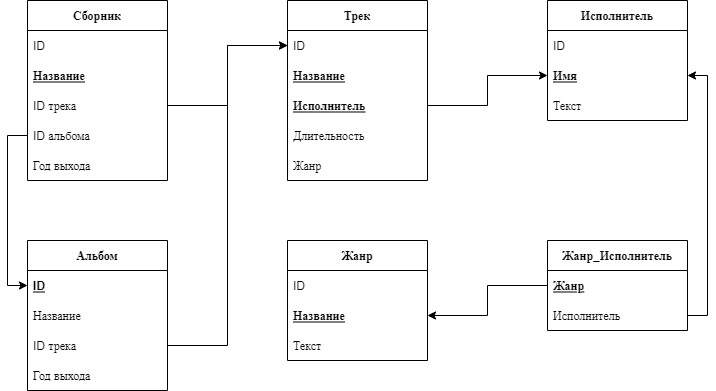
Earlier version of the draw.io export music_site.png (YrChek/Music_site). Source tidied: cells renumbered, new cells last; positions are measured from the earlier drawing's top-left corner, leaving out a move shared by most shapes.
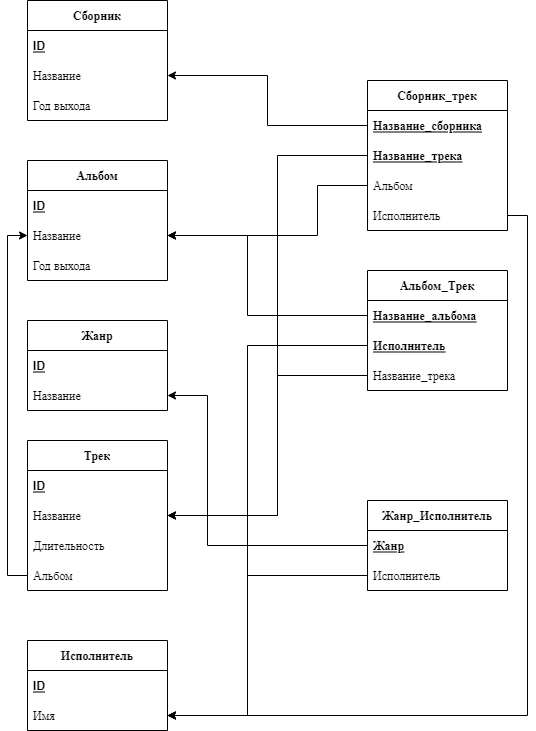
Later version of the same file.

Commit message:
Изменение схемы

The edit, as a diff of the source:
```diff
@@ -3,49 +3,40 @@
     <mxCell id="0" />
     <mxCell id="1" parent="0" />
     <mxCell id="2" value="Жанр" style="swimlane;fontStyle=1;horizontal=1;startSize=30;" parent="1" vertex="1">
-      <mxGeometry x="260" y="240" width="140" height="120" as="geometry" />
+      <mxGeometry x="90" y="320" width="140" height="90" as="geometry" />
     </mxCell>
-    <mxCell id="3" value="ID" style="text;strokeColor=none;fillColor=none;align=left;verticalAlign=middle;spacingLeft=4;spacingRight=4;overflow=hidden;fontStyle=0;" parent="2" vertex="1">
+    <mxCell id="3" value="ID" style="text;strokeColor=none;fillColor=none;align=left;verticalAlign=middle;spacingLeft=4;spacingRight=4;overflow=hidden;fontStyle=5;" parent="2" vertex="1">
       <mxGeometry y="30" width="140" height="30" as="geometry" />
     </mxCell>
-    <mxCell id="4" value="Название" style="text;strokeColor=none;fillColor=none;align=left;verticalAlign=middle;spacingLeft=4;spacingRight=4;overflow=hidden;points=[[0,0.5],[1,0.5]];portConstraint=eastwest;fontStyle=5;" parent="2" vertex="1">
+    <mxCell id="4" value="Название" style="text;strokeColor=none;fillColor=none;align=left;verticalAlign=middle;spacingLeft=4;spacingRight=4;overflow=hidden;points=[[0,0.5],[1,0.5]];portConstraint=eastwest;fontStyle=0;" parent="2" vertex="1">
       <mxGeometry y="60" width="140" height="30" as="geometry" />
     </mxCell>
-    <mxCell id="5" value="Текст" style="text;strokeColor=none;fillColor=none;align=left;verticalAlign=middle;spacingLeft=4;spacingRight=4;overflow=hidden;" parent="2" vertex="1">
-      <mxGeometry y="90" width="140" height="30" as="geometry" />
-    </mxCell>
     <mxCell id="6" value="Исполнитель" style="swimlane;fontStyle=1;horizontal=1;startSize=30;" parent="1" vertex="1">
-      <mxGeometry x="520" width="140" height="120" as="geometry" />
+      <mxGeometry x="90" y="640" width="140" height="90" as="geometry" />
     </mxCell>
-    <mxCell id="7" value="ID" style="text;strokeColor=none;fillColor=none;align=left;verticalAlign=middle;spacingLeft=4;spacingRight=4;overflow=hidden;fontStyle=0;" parent="6" vertex="1">
+    <mxCell id="7" value="ID" style="text;strokeColor=none;fillColor=none;align=left;verticalAlign=middle;spacingLeft=4;spacingRight=4;overflow=hidden;fontStyle=5;" parent="6" vertex="1">
       <mxGeometry y="30" width="140" height="30" as="geometry" />
     </mxCell>
-    <mxCell id="8" value="Имя" style="text;strokeColor=none;fillColor=none;align=left;verticalAlign=middle;spacingLeft=4;spacingRight=4;overflow=hidden;points=[[0,0.5],[1,0.5]];portConstraint=eastwest;fontStyle=5;" parent="6" vertex="1">
+    <mxCell id="8" value="Имя" style="text;strokeColor=none;fillColor=none;align=left;verticalAlign=middle;spacingLeft=4;spacingRight=4;overflow=hidden;points=[[0,0.5],[1,0.5]];portConstraint=eastwest;fontStyle=0;" parent="6" vertex="1">
       <mxGeometry y="60" width="140" height="30" as="geometry" />
     </mxCell>
-    <mxCell id="9" value="Текст" style="text;strokeColor=none;fillColor=none;align=left;verticalAlign=middle;spacingLeft=4;spacingRight=4;overflow=hidden;" parent="6" vertex="1">
-      <mxGeometry y="90" width="140" height="30" as="geometry" />
-    </mxCell>
     <mxCell id="10" value="Трек" style="swimlane;fontStyle=1;horizontal=1;startSize=30;" parent="1" vertex="1">
-      <mxGeometry x="260" width="140" height="180" as="geometry" />
+      <mxGeometry x="90" y="440" width="140" height="150" as="geometry" />
     </mxCell>
-    <mxCell id="11" value="ID" style="text;strokeColor=none;fillColor=none;align=left;verticalAlign=middle;spacingLeft=4;spacingRight=4;overflow=hidden;points=[[0,0.5],[1,0.5]];portConstraint=eastwest;fontStyle=0;" parent="10" vertex="1">
+    <mxCell id="11" value="ID" style="text;strokeColor=none;fillColor=none;align=left;verticalAlign=middle;spacingLeft=4;spacingRight=4;overflow=hidden;points=[[0,0.5],[1,0.5]];portConstraint=eastwest;fontStyle=5;" parent="10" vertex="1">
       <mxGeometry y="30" width="140" height="30" as="geometry" />
     </mxCell>
-    <mxCell id="12" value="Название" style="text;strokeColor=none;fillColor=none;align=left;verticalAlign=middle;spacingLeft=4;spacingRight=4;overflow=hidden;points=[[0,0.5],[1,0.5]];portConstraint=eastwest;fontStyle=5;" parent="10" vertex="1">
+    <mxCell id="12" value="Название" style="text;strokeColor=none;fillColor=none;align=left;verticalAlign=middle;spacingLeft=4;spacingRight=4;overflow=hidden;points=[[0,0.5],[1,0.5]];portConstraint=eastwest;fontStyle=0;" parent="10" vertex="1">
       <mxGeometry y="60" width="140" height="30" as="geometry" />
     </mxCell>
-    <mxCell id="13" value="Исполнитель" style="text;strokeColor=none;fillColor=none;align=left;verticalAlign=middle;spacingLeft=4;spacingRight=4;overflow=hidden;points=[[0,0.5],[1,0.5]];portConstraint=eastwest;fontStyle=5;" parent="10" vertex="1">
-      <mxGeometry y="90" width="140" height="30" as="geometry" />
-    </mxCell>
     <mxCell id="14" value="Длительность" style="text;strokeColor=none;fillColor=none;align=left;verticalAlign=middle;spacingLeft=4;spacingRight=4;overflow=hidden;" parent="10" vertex="1">
-      <mxGeometry y="120" width="140" height="30" as="geometry" />
+      <mxGeometry y="90" width="140" height="30" as="geometry" />
     </mxCell>
-    <mxCell id="15" value="Жанр" style="text;strokeColor=none;fillColor=none;align=left;verticalAlign=middle;spacingLeft=4;spacingRight=4;overflow=hidden;" parent="10" vertex="1">
-      <mxGeometry y="150" width="140" height="30" as="geometry" />
-    </mxCell>
+    <mxCell id="36" value="Альбом" style="text;strokeColor=none;fillColor=none;align=left;verticalAlign=middle;spacingLeft=4;spacingRight=4;overflow=hidden;points=[[0,0.5],[1,0.5]];portConstraint=eastwest;" parent="10" vertex="1">
+      <mxGeometry y="120" width="140" height="30" as="geometry" />
+    </mxCell>
     <mxCell id="16" value="Альбом" style="swimlane;fontStyle=1;horizontal=1;startSize=30;" parent="1" vertex="1">
-      <mxGeometry y="240" width="140" height="150" as="geometry" />
+      <mxGeometry x="90" y="160" width="140" height="120" as="geometry" />
     </mxCell>
     <mxCell id="17" value="ID" style="text;strokeColor=none;fillColor=none;align=left;verticalAlign=middle;spacingLeft=4;spacingRight=4;overflow=hidden;points=[[0,0.5],[1,0.5]];portConstraint=eastwest;fontStyle=5;" parent="16" vertex="1">
       <mxGeometry y="30" width="140" height="30" as="geometry" />
@@ -53,32 +44,23 @@
     <mxCell id="18" value="Название" style="text;strokeColor=none;fillColor=none;align=left;verticalAlign=middle;spacingLeft=4;spacingRight=4;overflow=hidden;points=[[0,0.5],[1,0.5]];portConstraint=eastwest;fontStyle=0;" parent="16" vertex="1">
       <mxGeometry y="60" width="140" height="30" as="geometry" />
     </mxCell>
-    <mxCell id="19" value="ID трека" style="text;strokeColor=none;fillColor=none;align=left;verticalAlign=middle;spacingLeft=4;spacingRight=4;overflow=hidden;points=[[0,0.5],[1,0.5]];portConstraint=eastwest;" parent="16" vertex="1">
-      <mxGeometry y="90" width="140" height="30" as="geometry" />
-    </mxCell>
     <mxCell id="20" value="Год выхода" style="text;strokeColor=none;fillColor=none;align=left;verticalAlign=middle;spacingLeft=4;spacingRight=4;overflow=hidden;" parent="16" vertex="1">
-      <mxGeometry y="120" width="140" height="30" as="geometry" />
+      <mxGeometry y="90" width="140" height="30" as="geometry" />
     </mxCell>
     <mxCell id="21" value="Сборник" style="swimlane;fontStyle=1;horizontal=1;startSize=30;" parent="1" vertex="1">
-      <mxGeometry width="140" height="180" as="geometry" />
+      <mxGeometry x="90" width="140" height="120" as="geometry" />
     </mxCell>
-    <mxCell id="22" value="ID" style="text;strokeColor=none;fillColor=none;align=left;verticalAlign=middle;spacingLeft=4;spacingRight=4;overflow=hidden;fontStyle=0;" parent="21" vertex="1">
+    <mxCell id="22" value="ID" style="text;strokeColor=none;fillColor=none;align=left;verticalAlign=middle;spacingLeft=4;spacingRight=4;overflow=hidden;fontStyle=5;" parent="21" vertex="1">
       <mxGeometry y="30" width="140" height="30" as="geometry" />
     </mxCell>
-    <mxCell id="23" value="Название" style="text;strokeColor=none;fillColor=none;align=left;verticalAlign=middle;spacingLeft=4;spacingRight=4;overflow=hidden;points=[[0,0.5],[1,0.5]];portConstraint=eastwest;fontStyle=5;" parent="21" vertex="1">
+    <mxCell id="23" value="Название" style="text;strokeColor=none;fillColor=none;align=left;verticalAlign=middle;spacingLeft=4;spacingRight=4;overflow=hidden;points=[[0,0.5],[1,0.5]];portConstraint=eastwest;fontStyle=0;" parent="21" vertex="1">
       <mxGeometry y="60" width="140" height="30" as="geometry" />
     </mxCell>
-    <mxCell id="24" value="ID трека" style="text;strokeColor=none;fillColor=none;align=left;verticalAlign=middle;spacingLeft=4;spacingRight=4;overflow=hidden;points=[[0,0.5],[1,0.5]];portConstraint=eastwest;" parent="21" vertex="1">
-      <mxGeometry y="90" width="140" height="30" as="geometry" />
-    </mxCell>
-    <mxCell id="25" value="ID альбома" style="text;strokeColor=none;fillColor=none;align=left;verticalAlign=middle;spacingLeft=4;spacingRight=4;overflow=hidden;points=[[0,0.5],[1,0.5]];portConstraint=eastwest;" parent="21" vertex="1">
-      <mxGeometry y="120" width="140" height="30" as="geometry" />
-    </mxCell>
     <mxCell id="26" value="Год выхода" style="text;strokeColor=none;fillColor=none;align=left;verticalAlign=middle;spacingLeft=4;spacingRight=4;overflow=hidden;" parent="21" vertex="1">
-      <mxGeometry y="150" width="140" height="30" as="geometry" />
+      <mxGeometry y="90" width="140" height="30" as="geometry" />
     </mxCell>
     <mxCell id="27" value="Жанр_Исполнитель" style="swimlane;fontStyle=1;horizontal=1;startSize=30;" parent="1" vertex="1">
-      <mxGeometry x="520" y="240" width="140" height="90" as="geometry" />
+      <mxGeometry x="430" y="500" width="140" height="90" as="geometry" />
     </mxCell>
     <mxCell id="28" value="Жанр" style="text;strokeColor=none;fillColor=none;align=left;verticalAlign=middle;spacingLeft=4;spacingRight=4;overflow=hidden;points=[[0,0.5],[1,0.5]];portConstraint=eastwest;fontStyle=5;" parent="27" vertex="1">
       <mxGeometry y="30" width="140" height="30" as="geometry" />
@@ -86,23 +68,97 @@
     <mxCell id="29" value="Исполнитель" style="text;strokeColor=none;fillColor=none;align=left;verticalAlign=middle;spacingLeft=4;spacingRight=4;overflow=hidden;points=[[0,0.5],[1,0.5]];portConstraint=eastwest;" parent="27" vertex="1">
       <mxGeometry y="60" width="140" height="30" as="geometry" />
     </mxCell>
-    <mxCell id="30" style="edgeStyle=orthogonalEdgeStyle;rounded=0;jettySize=auto;html=1;exitX=1;exitY=0.5;exitDx=0;exitDy=0;entryX=0;entryY=0.5;entryDx=0;entryDy=0;" parent="1" edge="1" source="19" target="11">
-      <mxGeometry relative="1" as="geometry" />
-    </mxCell>
+    <mxCell id="37" value="Сборник_трек" style="swimlane;fontStyle=1;horizontal=1;startSize=30;" parent="1" vertex="1">
+      <mxGeometry x="430" y="80" width="140" height="150" as="geometry" />
+    </mxCell>
+    <mxCell id="38" value="Название_сборника" style="text;strokeColor=none;fillColor=none;align=left;verticalAlign=middle;spacingLeft=4;spacingRight=4;overflow=hidden;points=[[0,0.5],[1,0.5]];portConstraint=eastwest;fontStyle=5;" parent="37" vertex="1">
+      <mxGeometry y="30" width="140" height="30" as="geometry" />
+    </mxCell>
+    <mxCell id="39" value="Название_трека" style="text;strokeColor=none;fillColor=none;align=left;verticalAlign=middle;spacingLeft=4;spacingRight=4;overflow=hidden;points=[[0,0.5],[1,0.5]];portConstraint=eastwest;fontStyle=5;" parent="37" vertex="1">
+      <mxGeometry y="60" width="140" height="30" as="geometry" />
+    </mxCell>
+    <mxCell id="40" value="Альбом" style="text;strokeColor=none;fillColor=none;align=left;verticalAlign=middle;spacingLeft=4;spacingRight=4;overflow=hidden;points=[[0,0.5],[1,0.5]];portConstraint=eastwest;fontStyle=0;" parent="37" vertex="1">
+      <mxGeometry y="90" width="140" height="30" as="geometry" />
+    </mxCell>
+    <mxCell id="41" value="Исполнитель" style="text;strokeColor=none;fillColor=none;align=left;verticalAlign=middle;spacingLeft=4;spacingRight=4;overflow=hidden;points=[[0,0.5],[1,0.5]];portConstraint=eastwest;fontStyle=0;" parent="37" vertex="1">
+      <mxGeometry y="120" width="140" height="30" as="geometry" />
+    </mxCell>
+    <mxCell id="42" value="Альбом_Трек" style="swimlane;fontStyle=1;horizontal=1;startSize=30;" parent="1" vertex="1">
+      <mxGeometry x="430" y="270" width="140" height="120" as="geometry" />
+    </mxCell>
+    <mxCell id="43" value="Название_альбома" style="text;strokeColor=none;fillColor=none;align=left;verticalAlign=middle;spacingLeft=4;spacingRight=4;overflow=hidden;points=[[0,0.5],[1,0.5]];portConstraint=eastwest;fontStyle=5;" parent="42" vertex="1">
+      <mxGeometry y="30" width="140" height="30" as="geometry" />
+    </mxCell>
+    <mxCell id="13" value="Исполнитель" style="text;strokeColor=none;fillColor=none;align=left;verticalAlign=middle;spacingLeft=4;spacingRight=4;overflow=hidden;points=[[0,0.5],[1,0.5]];portConstraint=eastwest;fontStyle=5;" parent="42" vertex="1">
+      <mxGeometry y="60" width="140" height="30" as="geometry" />
+    </mxCell>
+    <mxCell id="44" value="Название_трека" style="text;strokeColor=none;fillColor=none;align=left;verticalAlign=middle;spacingLeft=4;spacingRight=4;overflow=hidden;points=[[0,0.5],[1,0.5]];portConstraint=eastwest;" parent="42" vertex="1">
+      <mxGeometry y="90" width="140" height="30" as="geometry" />
+    </mxCell>
+    <mxCell id="45" style="edgeStyle=orthogonalEdgeStyle;rounded=0;jettySize=auto;html=1;exitX=0;exitY=0.5;exitDx=0;exitDy=0;entryX=0;entryY=0.5;entryDx=0;entryDy=0;" parent="1" edge="1" source="36" target="18">
+      <mxGeometry relative="1" as="geometry" />
+    </mxCell>
+    <mxCell id="46" style="edgeStyle=orthogonalEdgeStyle;rounded=0;jettySize=auto;html=1;exitX=0;exitY=0.5;exitDx=0;exitDy=0;entryX=1;entryY=0.5;entryDx=0;entryDy=0;" parent="1" edge="1" source="38" target="23">
+      <mxGeometry relative="1" as="geometry" />
+    </mxCell>
+    <mxCell id="47" style="edgeStyle=orthogonalEdgeStyle;rounded=0;jettySize=auto;html=1;exitX=0;exitY=0.5;exitDx=0;exitDy=0;entryX=1;entryY=0.5;entryDx=0;entryDy=0;" parent="1" edge="1" source="43" target="18">
+      <mxGeometry relative="1" as="geometry">
+        <Array as="points">
+          <mxPoint x="310" y="315" />
+          <mxPoint x="310" y="235" />
+        </Array>
+      </mxGeometry>
+    </mxCell>
-    <mxCell id="31" style="edgeStyle=orthogonalEdgeStyle;rounded=0;jettySize=auto;html=1;exitX=1;exitY=0.5;exitDx=0;exitDy=0;" parent="1" edge="1" source="13" target="8">
-      <mxGeometry relative="1" as="geometry" />
+    <mxCell id="31" style="edgeStyle=orthogonalEdgeStyle;rounded=0;jettySize=auto;html=1;exitX=0;exitY=0.5;exitDx=0;exitDy=0;entryX=1;entryY=0.5;entryDx=0;entryDy=0;" parent="1" edge="1" source="13" target="8">
+      <mxGeometry relative="1" as="geometry">
+        <Array as="points">
+          <mxPoint x="310" y="345" />
+          <mxPoint x="310" y="715" />
+        </Array>
+      </mxGeometry>
     </mxCell>
+    <mxCell id="48" style="edgeStyle=orthogonalEdgeStyle;rounded=0;jettySize=auto;html=1;exitX=0;exitY=0.5;exitDx=0;exitDy=0;" parent="1" edge="1" source="44" target="12">
+      <mxGeometry relative="1" as="geometry">
+        <Array as="points">
+          <mxPoint x="340" y="375" />
+          <mxPoint x="340" y="515" />
+        </Array>
+      </mxGeometry>
+    </mxCell>
+    <mxCell id="33" style="edgeStyle=orthogonalEdgeStyle;rounded=0;jettySize=auto;html=1;exitX=0;exitY=0.5;exitDx=0;exitDy=0;" parent="1" edge="1" source="28" target="4">
+      <mxGeometry relative="1" as="geometry">
+        <Array as="points">
+          <mxPoint x="270" y="545" />
+          <mxPoint x="270" y="395" />
+        </Array>
+      </mxGeometry>
+    </mxCell>
-    <mxCell id="32" style="edgeStyle=orthogonalEdgeStyle;rounded=0;jettySize=auto;html=1;exitX=1;exitY=0.5;exitDx=0;exitDy=0;entryX=1;entryY=0.5;entryDx=0;entryDy=0;" parent="1" edge="1" source="29" target="8">
-      <mxGeometry relative="1" as="geometry" />
+    <mxCell id="32" style="edgeStyle=orthogonalEdgeStyle;rounded=0;jettySize=auto;html=1;exitX=0;exitY=0.5;exitDx=0;exitDy=0;" parent="1" edge="1" source="29" target="8">
+      <mxGeometry relative="1" as="geometry">
+        <Array as="points">
+          <mxPoint x="310" y="575" />
+          <mxPoint x="310" y="715" />
+        </Array>
+      </mxGeometry>
     </mxCell>
-    <mxCell id="33" style="edgeStyle=orthogonalEdgeStyle;rounded=0;jettySize=auto;html=1;exitX=0;exitY=0.5;exitDx=0;exitDy=0;entryX=1;entryY=0.5;entryDx=0;entryDy=0;" parent="1" edge="1" source="28" target="4">
-      <mxGeometry relative="1" as="geometry" />
-    </mxCell>
-    <mxCell id="34" style="edgeStyle=orthogonalEdgeStyle;rounded=0;jettySize=auto;html=1;exitX=0;exitY=0.5;exitDx=0;exitDy=0;entryX=0;entryY=0.5;entryDx=0;entryDy=0;" parent="1" edge="1" source="25" target="17">
-      <mxGeometry relative="1" as="geometry" />
-    </mxCell>
-    <mxCell id="35" style="edgeStyle=orthogonalEdgeStyle;rounded=0;jettySize=auto;html=1;exitX=1;exitY=0.5;exitDx=0;exitDy=0;" parent="1" edge="1" source="24" target="11">
-      <mxGeometry relative="1" as="geometry" />
-    </mxCell>
+    <mxCell id="49" style="edgeStyle=orthogonalEdgeStyle;rounded=0;jettySize=auto;html=1;exitX=0;exitY=0.5;exitDx=0;exitDy=0;" parent="1" edge="1" source="39" target="12">
+      <mxGeometry relative="1" as="geometry">
+        <Array as="points">
+          <mxPoint x="340" y="155" />
+          <mxPoint x="340" y="515" />
+        </Array>
+      </mxGeometry>
+    </mxCell>
+    <mxCell id="50" style="edgeStyle=orthogonalEdgeStyle;rounded=0;jettySize=auto;html=1;exitX=0;exitY=0.5;exitDx=0;exitDy=0;" parent="1" edge="1" source="40" target="18">
+      <mxGeometry relative="1" as="geometry">
+        <Array as="points">
+          <mxPoint x="380" y="185" />
+          <mxPoint x="380" y="235" />
+        </Array>
+      </mxGeometry>
+    </mxCell>
+    <mxCell id="51" style="edgeStyle=orthogonalEdgeStyle;rounded=0;jettySize=auto;html=1;exitX=1;exitY=0.5;exitDx=0;exitDy=0;" parent="1" edge="1" source="41" target="8">
+      <mxGeometry relative="1" as="geometry" />
+    </mxCell>
   </root>
 </mxGraphModel>
```
